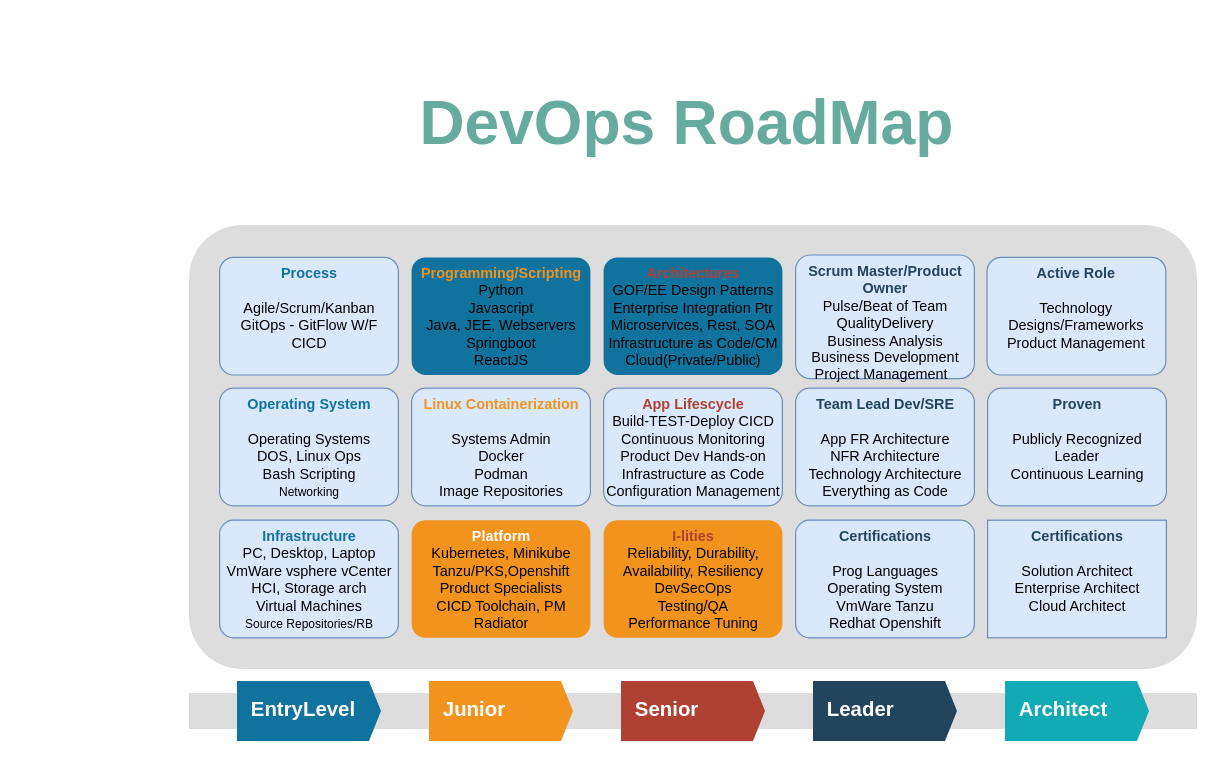
This is page "Roadmap" (3 of 7) of design/DevOps_Roadmap.drawio from krdileep/devops-roadmap-drawio, a draw.io file, before an edit. Source tidied: cells renumbered, new cells numbered last; positions are measured from the earlier drawing's top-left corner, leaving out a move shared by most shapes. Both pictures are drawn from the tidied source at 120%, with x=0, y=0 at pixel (188, 20).
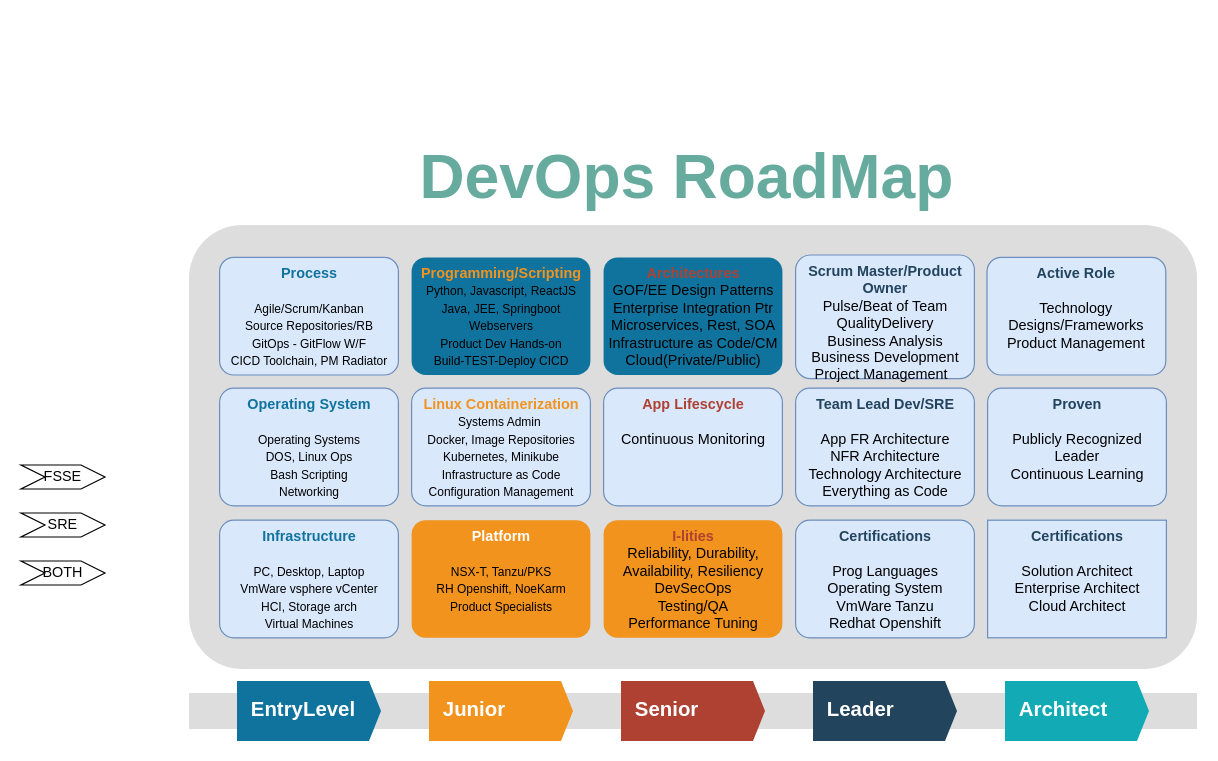
Above is the later version.

The edit, as a diff of the source:
```diff
@@
-    <mxCell id="28" value="&lt;font style=&quot;font-size: 10px&quot;&gt;&lt;font style=&quot;font-size: 12px&quot; color=&quot;#10739e&quot;&gt;&lt;b&gt;Infrastructure&lt;/b&gt;&lt;/font&gt;&lt;br&gt;&lt;span style=&quot;font-size: 12px&quot;&gt;PC, Desktop, Laptop&lt;/span&gt;&lt;br style=&quot;font-size: 12px&quot;&gt;&lt;span style=&quot;font-size: 12px&quot;&gt;VmWare vsphere vCenter&lt;/span&gt;&lt;br style=&quot;font-size: 12px&quot;&gt;&lt;span style=&quot;font-size: 12px&quot;&gt;HCI, Storage arch&lt;/span&gt;&lt;br style=&quot;font-size: 12px&quot;&gt;&lt;span style=&quot;font-size: 12px&quot;&gt;Virtual Machines&lt;br&gt;&lt;/span&gt;Source Repositories/RB&lt;br&gt;&lt;/font&gt;" style="rounded=1;strokeColor=#6c8ebf;fillColor=#dae8fc;align=center;arcSize=12;verticalAlign=top;whiteSpace=wrap;html=1;fontSize=12;" parent="1" vertex="1">
+    <mxCell id="28" value="&lt;font style=&quot;font-size: 10px&quot;&gt;&lt;font style=&quot;font-size: 12px&quot; color=&quot;#10739e&quot;&gt;&lt;b&gt;Infrastructure&lt;/b&gt;&lt;/font&gt;&lt;br&gt;&lt;span&gt;&lt;br&gt;PC, Desktop, Laptop&lt;/span&gt;&lt;br&gt;&lt;span&gt;VmWare vsphere vCenter&lt;/span&gt;&lt;br&gt;&lt;span&gt;HCI, Storage arch&lt;/span&gt;&lt;br&gt;&lt;span&gt;Virtual Machines&lt;/span&gt;&lt;br&gt;&lt;/font&gt;" style="rounded=1;strokeColor=#6c8ebf;fillColor=#dae8fc;align=center;arcSize=12;verticalAlign=top;whiteSpace=wrap;html=1;fontSize=12;" parent="1" vertex="1">
       <mxGeometry x="25.5" y="416" width="149" height="98" as="geometry" />
     </mxCell>
-    <mxCell id="29" value="&lt;font style=&quot;font-size: 10px&quot;&gt;&lt;font style=&quot;font-size: 12px&quot; color=&quot;#10739e&quot;&gt;&lt;b&gt;Operating System&lt;/b&gt;&lt;/font&gt;&lt;br&gt;&lt;br&gt;&lt;span style=&quot;font-size: 12px ; font-family: &amp;#34;helvetica&amp;#34;&quot;&gt;Operating Systems&lt;/span&gt;&lt;br style=&quot;font-size: 12px ; font-family: &amp;#34;helvetica&amp;#34;&quot;&gt;&lt;span style=&quot;font-size: 12px ; font-family: &amp;#34;helvetica&amp;#34;&quot;&gt;DOS, Linux Ops&lt;/span&gt;&lt;br style=&quot;font-size: 12px ; font-family: &amp;#34;helvetica&amp;#34;&quot;&gt;&lt;span style=&quot;font-size: 12px ; font-family: &amp;#34;helvetica&amp;#34;&quot;&gt;Bash Scripting&lt;br&gt;&lt;/span&gt;Networking&lt;br&gt;&lt;/font&gt;" style="rounded=1;strokeColor=#6c8ebf;fillColor=#dae8fc;align=center;arcSize=12;verticalAlign=top;whiteSpace=wrap;html=1;fontSize=12;" parent="1" vertex="1">
+    <mxCell id="29" value="&lt;font style=&quot;font-size: 10px&quot;&gt;&lt;font style=&quot;font-size: 12px&quot; color=&quot;#10739e&quot;&gt;&lt;b&gt;Operating System&lt;/b&gt;&lt;/font&gt;&lt;br&gt;&lt;br&gt;&lt;span style=&quot;font-family: &amp;#34;helvetica&amp;#34;&quot;&gt;Operating Systems&lt;/span&gt;&lt;br style=&quot;font-family: &amp;#34;helvetica&amp;#34;&quot;&gt;&lt;span style=&quot;font-family: &amp;#34;helvetica&amp;#34;&quot;&gt;DOS, Linux Ops&lt;/span&gt;&lt;br style=&quot;font-family: &amp;#34;helvetica&amp;#34;&quot;&gt;&lt;span style=&quot;font-family: &amp;#34;helvetica&amp;#34;&quot;&gt;Bash Scripting&lt;br&gt;&lt;/span&gt;Networking&lt;br&gt;&lt;/font&gt;" style="rounded=1;strokeColor=#6c8ebf;fillColor=#dae8fc;align=center;arcSize=12;verticalAlign=top;whiteSpace=wrap;html=1;fontSize=12;" parent="1" vertex="1">
       <mxGeometry x="25.5" y="306" width="149" height="98" as="geometry" />
     </mxCell>
-    <mxCell id="30" value="&lt;font style=&quot;font-size: 10px&quot;&gt;&lt;font style=&quot;font-size: 12px&quot; color=&quot;#10739e&quot;&gt;&lt;b&gt;Process&lt;/b&gt;&lt;/font&gt;&lt;br&gt;&lt;br&gt;&lt;span style=&quot;font-size: 12px ; font-family: &amp;#34;helvetica&amp;#34;&quot;&gt;Agile/Scrum/Kanban&lt;/span&gt;&lt;br style=&quot;font-size: 12px ; font-family: &amp;#34;helvetica&amp;#34;&quot;&gt;&lt;span style=&quot;font-size: 12px ; font-family: &amp;#34;helvetica&amp;#34;&quot;&gt;GitOps - GitFlow W/F&lt;/span&gt;&lt;br style=&quot;font-size: 12px ; font-family: &amp;#34;helvetica&amp;#34;&quot;&gt;&lt;span style=&quot;font-size: 12px ; font-family: &amp;#34;helvetica&amp;#34;&quot;&gt;CICD&lt;/span&gt;&lt;br&gt;&lt;/font&gt;" style="rounded=1;strokeColor=#6c8ebf;fillColor=#dae8fc;align=center;arcSize=12;verticalAlign=top;whiteSpace=wrap;html=1;fontSize=12;" parent="1" vertex="1">
+    <mxCell id="30" value="&lt;font&gt;&lt;font style=&quot;font-size: 12px&quot; color=&quot;#10739e&quot;&gt;&lt;b&gt;Process&lt;br&gt;&lt;/b&gt;&lt;/font&gt;&lt;br&gt;&lt;span style=&quot;font-size: 10px ; font-family: &amp;#34;helvetica&amp;#34;&quot;&gt;Agile/Scrum/Kanban&lt;br&gt;&lt;/span&gt;&lt;span style=&quot;font-size: 10px&quot;&gt;Source Repositories/RB&lt;/span&gt;&lt;br style=&quot;font-family: &amp;#34;helvetica&amp;#34;&quot;&gt;&lt;span style=&quot;font-size: 10px ; font-family: &amp;#34;helvetica&amp;#34;&quot;&gt;GitOps - GitFlow W/F&lt;/span&gt;&lt;br style=&quot;font-family: &amp;#34;helvetica&amp;#34;&quot;&gt;&lt;font style=&quot;font-size: 10px&quot;&gt;CICD Toolchain, PM Radiator&lt;/font&gt;&lt;br&gt;&lt;/font&gt;" style="rounded=1;strokeColor=#6c8ebf;fillColor=#dae8fc;align=center;arcSize=12;verticalAlign=top;whiteSpace=wrap;html=1;fontSize=12;" parent="1" vertex="1">
       <mxGeometry x="25.5" y="197" width="149" height="98" as="geometry" />
     </mxCell>
-    <mxCell id="31" value="&lt;font&gt;&lt;font style=&quot;font-size: 12px&quot; color=&quot;#f2931e&quot;&gt;&lt;b&gt;Linux Containerization&lt;/b&gt;&lt;/font&gt;&lt;br&gt;&lt;br&gt;Systems Admin&lt;br&gt;&lt;font face=&quot;helvetica&quot;&gt;Docker&lt;br&gt;&lt;/font&gt;Podman&lt;br&gt;Image Repositories&lt;br&gt;&lt;/font&gt;" style="rounded=1;strokeColor=#6c8ebf;fillColor=#dae8fc;align=center;arcSize=12;verticalAlign=top;whiteSpace=wrap;html=1;fontSize=12;" parent="1" vertex="1">
+    <mxCell id="31" value="&lt;font style=&quot;font-size: 10px&quot;&gt;&lt;font style=&quot;font-size: 12px&quot; color=&quot;#f2931e&quot;&gt;&lt;b&gt;Linux Containerization&lt;/b&gt;&lt;/font&gt;&lt;br&gt;Systems Admin&amp;nbsp;&lt;br&gt;&lt;font face=&quot;helvetica&quot; style=&quot;font-size: 10px&quot;&gt;Docker,&amp;nbsp;&lt;/font&gt;Image Repositories&lt;br&gt;&lt;font face=&quot;helvetica&quot; style=&quot;font-size: 10px&quot;&gt;Kubernetes,&amp;nbsp;&lt;/font&gt;Minikube&lt;br&gt;&lt;span&gt;Infrastructure as Code&lt;/span&gt;&lt;br&gt;&lt;span&gt;Configuration Management&lt;/span&gt;&lt;br&gt;&lt;/font&gt;" style="rounded=1;strokeColor=#6c8ebf;fillColor=#dae8fc;align=center;arcSize=12;verticalAlign=top;whiteSpace=wrap;html=1;fontSize=12;" parent="1" vertex="1">
       <mxGeometry x="185.5" y="306" width="149" height="98" as="geometry" />
     </mxCell>
-    <mxCell id="32" value="&lt;font&gt;&lt;font style=&quot;font-size: 12px&quot; color=&quot;#f2931e&quot;&gt;&lt;b&gt;Programming/Scripting&lt;/b&gt;&lt;/font&gt;&lt;br&gt;&lt;font face=&quot;helvetica&quot;&gt;Python&lt;br&gt;&lt;/font&gt;Javascript&lt;br&gt;Java, JEE, Webservers&lt;br&gt;Springboot&lt;br&gt;ReactJS&lt;br&gt;&lt;/font&gt;" style="rounded=1;strokeColor=none;fillColor=#10739E;align=center;arcSize=12;verticalAlign=top;whiteSpace=wrap;html=1;fontSize=12;" parent="1" vertex="1">
+    <mxCell id="32" value="&lt;font&gt;&lt;font style=&quot;font-size: 12px&quot; color=&quot;#f2931e&quot;&gt;&lt;b&gt;Programming/Scripting&lt;/b&gt;&lt;/font&gt;&lt;br&gt;&lt;font face=&quot;helvetica&quot; style=&quot;font-size: 10px&quot;&gt;Python,&amp;nbsp;&lt;/font&gt;&lt;span style=&quot;font-size: 10px&quot;&gt;Javascript, ReactJS&lt;/span&gt;&lt;br&gt;&lt;span style=&quot;font-size: 10px&quot;&gt;Java, JEE,&amp;nbsp;Springboot&lt;/span&gt;&lt;br&gt;&lt;span style=&quot;font-size: 10px&quot;&gt;Webservers&lt;/span&gt;&lt;br&gt;&lt;font style=&quot;font-size: 10px&quot;&gt;Product Dev Hands-on&lt;br&gt;&lt;/font&gt;&lt;font style=&quot;font-size: 10px&quot;&gt;Build-TEST-Deploy CICD&lt;/font&gt;&lt;br&gt;&lt;/font&gt;" style="rounded=1;strokeColor=none;fillColor=#10739E;align=center;arcSize=12;verticalAlign=top;whiteSpace=wrap;html=1;fontSize=12;" parent="1" vertex="1">
       <mxGeometry x="185.5" y="197" width="149" height="98" as="geometry" />
     </mxCell>
-    <mxCell id="33" value="&lt;font&gt;&lt;font style=&quot;font-size: 12px&quot; color=&quot;#ffffff&quot;&gt;&lt;b&gt;Platform&lt;/b&gt;&lt;/font&gt;&lt;br&gt;&lt;font face=&quot;helvetica&quot;&gt;Kubernetes,&amp;nbsp;&lt;/font&gt;Minikube&lt;br&gt;Tanzu/PKS,Openshift&lt;br&gt;Product Specialists&lt;br&gt;CICD Toolchain, PM Radiator&lt;br&gt;&lt;/font&gt;" style="rounded=1;strokeColor=none;fillColor=#F2931E;align=center;arcSize=12;verticalAlign=top;whiteSpace=wrap;html=1;fontSize=12;" parent="1" vertex="1">
+    <mxCell id="33" value="&lt;font style=&quot;font-size: 10px&quot;&gt;&lt;font style=&quot;font-size: 12px&quot; color=&quot;#ffffff&quot;&gt;&lt;b&gt;Platform&lt;/b&gt;&lt;/font&gt;&lt;br&gt;&lt;br&gt;NSX-T, Tanzu/PKS&lt;br&gt;RH Openshift, NoeKarm&lt;br&gt;Product Specialists&lt;br&gt;&lt;/font&gt;" style="rounded=1;strokeColor=none;fillColor=#F2931E;align=center;arcSize=12;verticalAlign=top;whiteSpace=wrap;html=1;fontSize=12;" parent="1" vertex="1">
       <mxGeometry x="185.5" y="416" width="149" height="98" as="geometry" />
     </mxCell>
@@
-    <mxCell id="35" value="&lt;font&gt;&lt;font color=&quot;#ae4132&quot;&gt;&lt;font style=&quot;font-size: 12px&quot;&gt;&lt;b&gt;App Lifescycle&lt;/b&gt;&lt;/font&gt;&lt;/font&gt;&lt;br&gt;Build-TEST-Deploy CICD&lt;br&gt;&lt;font face=&quot;helvetica&quot;&gt;Continuous Monitoring&lt;br&gt;&lt;/font&gt;Product Dev Hands-on&lt;br&gt;Infrastructure as Code&lt;br&gt;Configuration Management&lt;br&gt;&lt;/font&gt;" style="rounded=1;strokeColor=#6c8ebf;fillColor=#dae8fc;align=center;arcSize=12;verticalAlign=top;whiteSpace=wrap;html=1;fontSize=12;" parent="1" vertex="1">
+    <mxCell id="35" value="&lt;font&gt;&lt;font color=&quot;#ae4132&quot;&gt;&lt;font style=&quot;font-size: 12px&quot;&gt;&lt;b&gt;App Lifescycle&lt;/b&gt;&lt;/font&gt;&lt;/font&gt;&lt;br&gt;&lt;br&gt;&lt;font face=&quot;helvetica&quot;&gt;Continuous Monitoring&lt;br&gt;&lt;/font&gt;&lt;br&gt;&lt;br&gt;&lt;/font&gt;" style="rounded=1;strokeColor=#6c8ebf;fillColor=#dae8fc;align=center;arcSize=12;verticalAlign=top;whiteSpace=wrap;html=1;fontSize=12;" parent="1" vertex="1">
       <mxGeometry x="345.5" y="306" width="149" height="98" as="geometry" />
     </mxCell>
@@
     <mxCell id="43" value="&lt;font style=&quot;font-size: 52px&quot;&gt;&lt;font color=&quot;#67ab9f&quot;&gt;&lt;b&gt;DevOps RoadMap&lt;/b&gt;&lt;/font&gt;&lt;br&gt;&lt;/font&gt;" style="text;html=1;strokeColor=none;fillColor=none;align=center;verticalAlign=middle;whiteSpace=wrap;rounded=0;fontColor=#00FF00;" parent="1" vertex="1">
-      <mxGeometry width="830" height="170" as="geometry" />
+      <mxGeometry y="90" width="830" height="80" as="geometry" />
     </mxCell>
+    <mxCell id="44" value="FSSE" style="shape=step;perimeter=stepPerimeter;whiteSpace=wrap;html=1;fixedSize=1;" parent="1" vertex="1">
+      <mxGeometry x="-140" y="370" width="70" height="20" as="geometry" />
+    </mxCell>
+    <mxCell id="45" value="SRE" style="shape=step;perimeter=stepPerimeter;whiteSpace=wrap;html=1;fixedSize=1;" parent="1" vertex="1">
+      <mxGeometry x="-140" y="410" width="70" height="20" as="geometry" />
+    </mxCell>
+    <mxCell id="46" value="BOTH" style="shape=step;perimeter=stepPerimeter;whiteSpace=wrap;html=1;fixedSize=1;" parent="1" vertex="1">
+      <mxGeometry x="-140" y="450" width="70" height="20" as="geometry" />
+    </mxCell>
```
